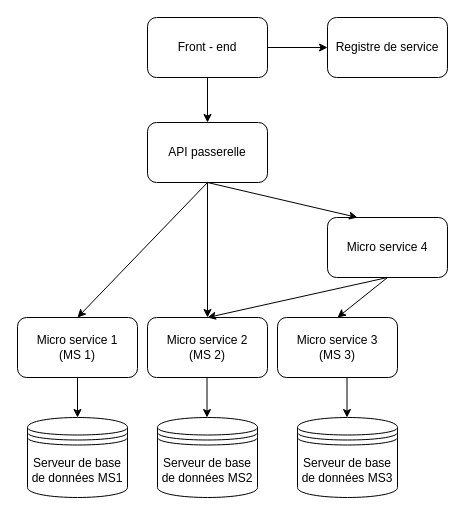
This is architecture microservices.drawio from cjour/audit_logistics, a draw.io file, before an edit. Source tidied: cells renumbered, new cells numbered last; positions are measured from the earlier drawing's top-left corner, leaving out a move shared by most shapes. Both pictures are drawn from the tidied source at 100%, with x=0, y=0 at pixel (17, 17).
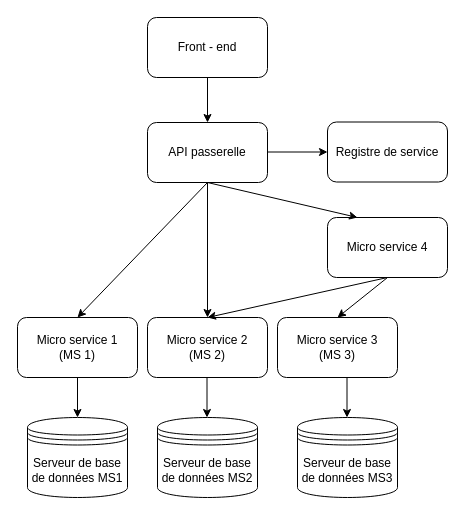
The same diagram, later.

Unchanged cells that the change refers to:
```xml
<mxCell id="16" value="Front - end" style="rounded=1;whiteSpace=wrap;html=1;" parent="1" vertex="1">
  <mxGeometry x="130" width="120" height="60" as="geometry" />
</mxCell>
```

The edit, as a diff of the source:
```diff
@@
     <mxCell id="3" value="Registre de service" style="rounded=1;whiteSpace=wrap;html=1;" parent="1" vertex="1">
-      <mxGeometry x="310" width="120" height="60" as="geometry" />
+      <mxGeometry x="310" y="104.5" width="120" height="60" as="geometry" />
     </mxCell>
@@
-    <mxCell id="18" style="endArrow=classic;html=1;rounded=0;entryX=0;entryY=0.5;entryDx=0;entryDy=0;exitX=1;exitY=0.5;exitDx=0;exitDy=0;" parent="1" edge="1" source="16" target="3">
-      <mxGeometry relative="1" as="geometry" />
+    <mxCell id="18" style="endArrow=classic;html=1;rounded=0;entryX=0;entryY=0.5;entryDx=0;entryDy=0;exitX=1;exitY=0.5;exitDx=0;exitDy=0;" parent="1" edge="1" target="3">
+      <mxGeometry relative="1" as="geometry">
+        <mxPoint x="250" y="134.5" as="sourcePoint" />
+      </mxGeometry>
     </mxCell>
```
